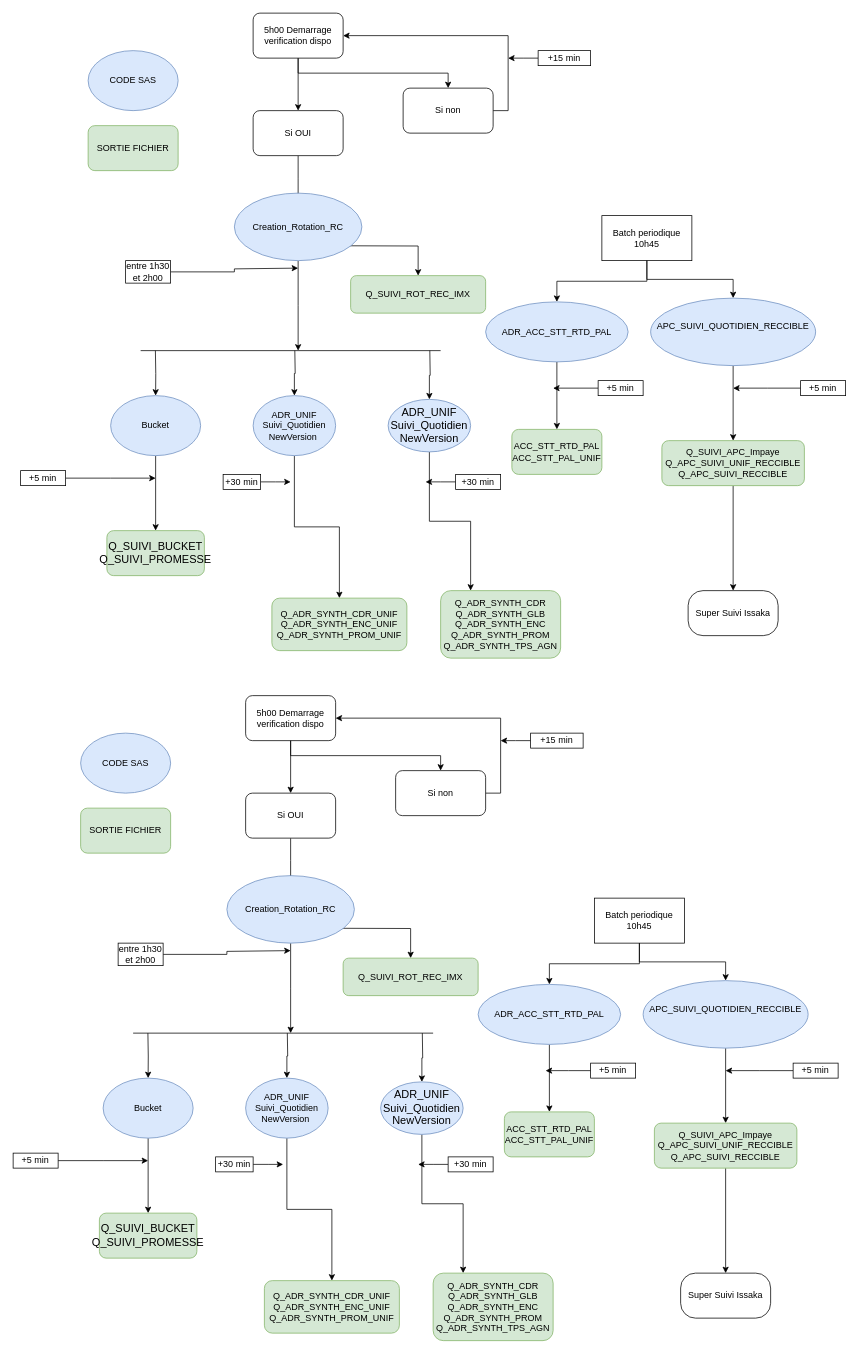
galawin59/Brief keeps this draw.io diagram as reccible.drawio. Above is the earlier version. Source tidied: cells renumbered, new cells numbered last; positions are measured from the earlier drawing's top-left corner, leaving out a move shared by most shapes. Both pictures are drawn from the tidied source at 75%, with x=0, y=0 at pixel (13, 13).
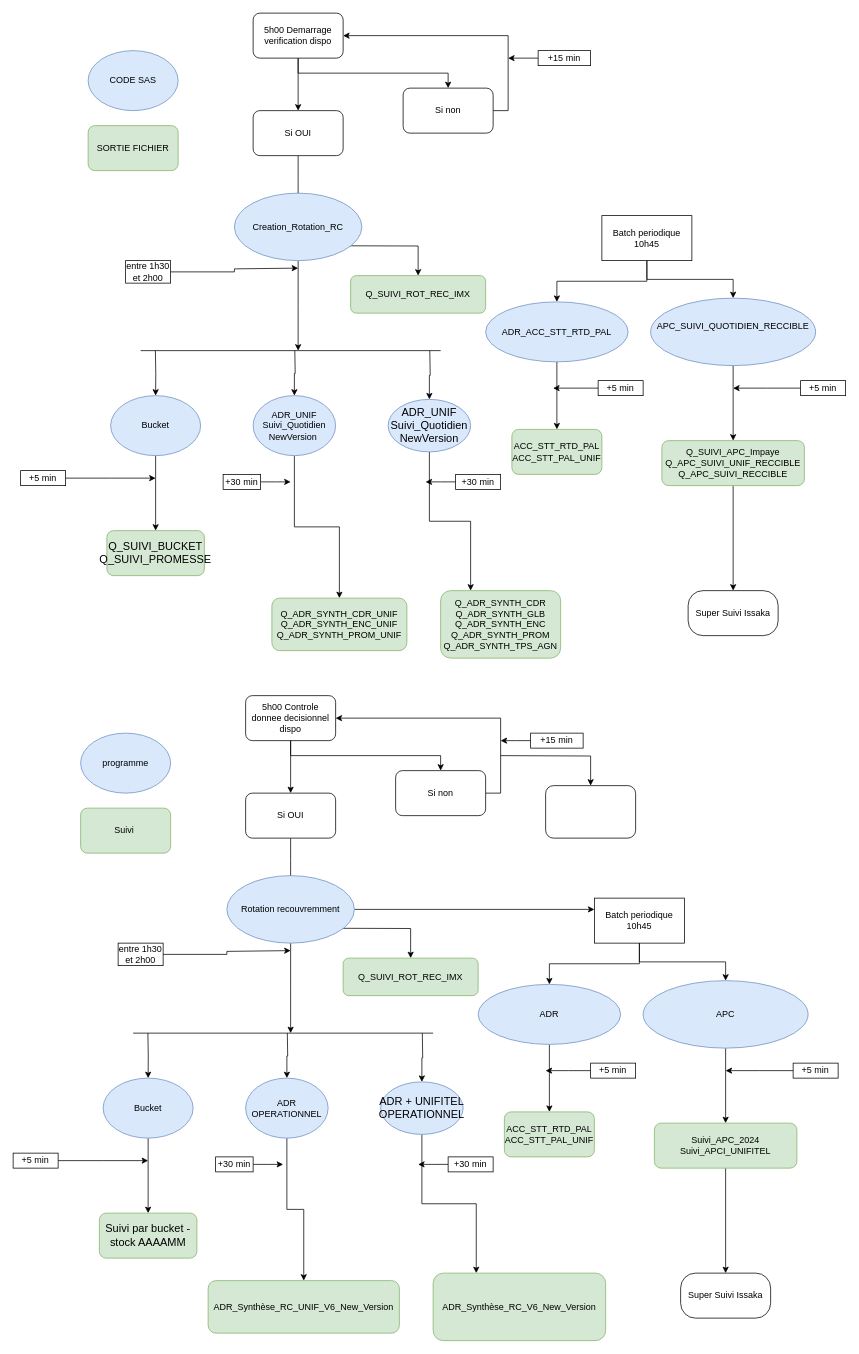
Above is the later version.

Commit message (it also covers changes not shown here):
Mettre à jour reccible.drawio

Unchanged cells that the change refers to:
```xml
<mxCell id="81" value="Batch periodique 10h45" style="rounded=0;whiteSpace=wrap;html=1;" parent="1" vertex="1">
  <mxGeometry x="775" y="1180" width="120" height="60" as="geometry" />
</mxCell>
```

What changed in the source:
```diff
@@
-    <mxCell id="54" value="5h00 Demarrage verification dispo" style="rounded=1;whiteSpace=wrap;html=1;" parent="1" vertex="1">
+    <mxCell id="54" value="5h00 Controle donnee decisionnel dispo" style="rounded=1;whiteSpace=wrap;html=1;" parent="1" vertex="1">
       <mxGeometry x="310" y="910" width="120" height="60" as="geometry" />
     </mxCell>
@@
+    <mxCell id="104" style="edgeStyle=orthogonalEdgeStyle;rounded=0;jettySize=auto;html=1;exitX=1;exitY=0.5;exitDx=0;exitDy=0;entryX=0;entryY=0.25;entryDx=0;entryDy=0;" parent="1" edge="1" source="72" target="81">
+      <mxGeometry relative="1" as="geometry" />
+    </mxCell>
-    <mxCell id="72" value="Creation_Rotation_RC" style="ellipse;whiteSpace=wrap;html=1;fillColor=#dae8fc;strokeColor=#6c8ebf;" parent="1" vertex="1">
+    <mxCell id="72" value="Rotation recouvremment" style="ellipse;whiteSpace=wrap;html=1;fillColor=#dae8fc;strokeColor=#6c8ebf;" parent="1" vertex="1">
       <mxGeometry x="285" y="1150" width="170" height="90" as="geometry" />
     </mxCell>
@@
-    <mxCell id="76" value="&lt;span style=&quot;font-size:11.0pt;font-family:&amp;quot;Calibri&amp;quot;,sans-serif;&lt;br/&gt;mso-ascii-theme-font:minor-latin;mso-fareast-font-family:Calibri;mso-fareast-theme-font:&lt;br/&gt;minor-latin;mso-hansi-theme-font:minor-latin;mso-bidi-font-family:&amp;quot;Times New Roman&amp;quot;;&lt;br/&gt;mso-bidi-theme-font:minor-bidi;mso-ansi-language:FR;mso-fareast-language:EN-US;&lt;br/&gt;mso-bidi-language:AR-SA&quot;&gt;Q_SUIVI_BUCKET&lt;br&gt;&lt;/span&gt;&lt;span style=&quot;font-size:11.0pt;font-family:&amp;quot;Calibri&amp;quot;,sans-serif;&lt;br/&gt;mso-ascii-theme-font:minor-latin;mso-fareast-font-family:Calibri;mso-fareast-theme-font:&lt;br/&gt;minor-latin;mso-hansi-theme-font:minor-latin;mso-bidi-font-family:&amp;quot;Times New Roman&amp;quot;;&lt;br/&gt;mso-bidi-theme-font:minor-bidi;mso-ansi-language:FR;mso-fareast-language:EN-US;&lt;br/&gt;mso-bidi-language:AR-SA&quot;&gt;Q_SUIVI_PROMESSE&lt;/span&gt;&lt;span style=&quot;font-size:11.0pt;font-family:&amp;quot;Calibri&amp;quot;,sans-serif;&lt;br/&gt;mso-ascii-theme-font:minor-latin;mso-fareast-font-family:Calibri;mso-fareast-theme-font:&lt;br/&gt;minor-latin;mso-hansi-theme-font:minor-latin;mso-bidi-font-family:&amp;quot;Times New Roman&amp;quot;;&lt;br/&gt;mso-bidi-theme-font:minor-bidi;mso-ansi-language:FR;mso-fareast-language:EN-US;&lt;br/&gt;mso-bidi-language:AR-SA&quot;&gt;&lt;br&gt;&lt;/span&gt;" style="rounded=1;whiteSpace=wrap;html=1;fillColor=#d5e8d4;strokeColor=#82b366;" parent="1" vertex="1">
+    <mxCell id="76" value="&lt;font face=&quot;Calibri, sans-serif&quot;&gt;&lt;span style=&quot;font-size: 14.6667px;&quot;&gt;Suivi par bucket - stock AAAAMM&lt;/span&gt;&lt;/font&gt;" style="rounded=1;whiteSpace=wrap;html=1;fillColor=#d5e8d4;strokeColor=#82b366;" parent="1" vertex="1">
       <mxGeometry x="115" y="1600" width="130" height="60" as="geometry" />
     </mxCell>
@@
-    <mxCell id="79" value="&lt;p class=&quot;MsoListParagraph&quot;&gt;ADR_UNIF Suivi_Quotidien&lt;br&gt;NewVersion&amp;nbsp;&lt;br&gt;&lt;/p&gt;" style="ellipse;whiteSpace=wrap;html=1;fillColor=#dae8fc;strokeColor=#6c8ebf;" parent="1" vertex="1">
+    <mxCell id="79" value="&lt;p class=&quot;MsoListParagraph&quot;&gt;ADR OPERATIONNEL&lt;/p&gt;" style="ellipse;whiteSpace=wrap;html=1;fillColor=#dae8fc;strokeColor=#6c8ebf;" parent="1" vertex="1">
       <mxGeometry x="310" y="1420" width="110" height="80" as="geometry" />
     </mxCell>
-    <mxCell id="80" value="Q_ADR_SYNTH_CDR_UNIF&lt;div&gt;Q_ADR_SYNTH_ENC_UNIF&lt;br&gt;&lt;/div&gt;&lt;div&gt;Q_ADR_SYNTH_PROM_UNIF&lt;br&gt;&lt;/div&gt;" style="rounded=1;whiteSpace=wrap;html=1;fillColor=#d5e8d4;strokeColor=#82b366;" parent="1" vertex="1">
-      <mxGeometry x="335" y="1690" width="180" height="70" as="geometry" />
+    <mxCell id="80" value="&lt;div&gt;ADR_Synthèse_RC_UNIF_V6_New_Version&lt;br&gt;&lt;/div&gt;" style="rounded=1;whiteSpace=wrap;html=1;fillColor=#d5e8d4;strokeColor=#82b366;" parent="1" vertex="1">
+      <mxGeometry x="260" y="1690" width="255" height="70" as="geometry" />
     </mxCell>
@@
-    <mxCell id="84" value="&lt;span style=&quot;text-wrap: nowrap;&quot;&gt;APC_SUIVI_QUOTIDIEN_RECCIBLE&lt;br&gt;&lt;br&gt;&lt;/span&gt;" style="ellipse;whiteSpace=wrap;html=1;fillColor=#dae8fc;strokeColor=#6c8ebf;" parent="1" vertex="1">
+    <mxCell id="84" value="&lt;span style=&quot;text-wrap: nowrap;&quot;&gt;APC&lt;/span&gt;" style="ellipse;whiteSpace=wrap;html=1;fillColor=#dae8fc;strokeColor=#6c8ebf;" parent="1" vertex="1">
       <mxGeometry x="840" y="1290" width="220" height="90" as="geometry" />
     </mxCell>
@@
-    <mxCell id="87" value="&lt;span style=&quot;text-wrap: nowrap;&quot;&gt;ADR_ACC_STT_RTD_PAL&lt;/span&gt;" style="ellipse;whiteSpace=wrap;html=1;fillColor=#dae8fc;strokeColor=#6c8ebf;" parent="1" vertex="1">
+    <mxCell id="87" value="&lt;span style=&quot;text-wrap: nowrap;&quot;&gt;ADR&lt;/span&gt;" style="ellipse;whiteSpace=wrap;html=1;fillColor=#dae8fc;strokeColor=#6c8ebf;" parent="1" vertex="1">
       <mxGeometry x="620" y="1295" width="190" height="80" as="geometry" />
     </mxCell>
@@
-    <mxCell id="90" value="Q_SUIVI_APC_Impaye&lt;br&gt;Q_APC_SUIVI_UNIF_RECCIBLE&lt;br&gt;Q_APC_SUIVI_RECCIBLE" style="rounded=1;whiteSpace=wrap;html=1;fillColor=#d5e8d4;strokeColor=#82b366;" parent="1" vertex="1">
+    <mxCell id="90" value="Suivi_APC_2024&lt;br&gt;Suivi_APCI_UNIFITEL" style="rounded=1;whiteSpace=wrap;html=1;fillColor=#d5e8d4;strokeColor=#82b366;" parent="1" vertex="1">
       <mxGeometry x="855" y="1480" width="190" height="60" as="geometry" />
     </mxCell>
@@
-    <mxCell id="97" value="&lt;span style=&quot;background-color: initial; font-family: Calibri, sans-serif; font-size: 11pt;&quot;&gt;ADR_UNIF&lt;br&gt;Suivi_Quotidien NewVersion&lt;/span&gt;" style="ellipse;whiteSpace=wrap;html=1;fillColor=#dae8fc;strokeColor=#6c8ebf;" parent="1" vertex="1">
+    <mxCell id="97" value="&lt;font face=&quot;Calibri, sans-serif&quot;&gt;&lt;span style=&quot;font-size: 14.6667px;&quot;&gt;ADR + UNIFITEL&lt;br&gt;OPERATIONNEL&lt;/span&gt;&lt;/font&gt;" style="ellipse;whiteSpace=wrap;html=1;fillColor=#dae8fc;strokeColor=#6c8ebf;" parent="1" vertex="1">
       <mxGeometry x="490" y="1425" width="110" height="70" as="geometry" />
     </mxCell>
-    <mxCell id="98" value="Q_ADR_SYNTH_CDR&lt;br&gt;Q_ADR_SYNTH_GLB&lt;br&gt;Q_ADR_SYNTH_ENC&lt;br&gt;Q_ADR_SYNTH_PROM&lt;br&gt;Q_ADR_SYNTH_TPS_AGN" style="rounded=1;whiteSpace=wrap;html=1;fillColor=#d5e8d4;strokeColor=#82b366;" parent="1" vertex="1">
-      <mxGeometry x="560" y="1680" width="160" height="90" as="geometry" />
+    <mxCell id="98" value="ADR_Synthèse_RC_V6_New_Version" style="rounded=1;whiteSpace=wrap;html=1;fillColor=#d5e8d4;strokeColor=#82b366;" parent="1" vertex="1">
+      <mxGeometry x="560" y="1680" width="230" height="90" as="geometry" />
     </mxCell>
-    <mxCell id="99" value="CODE SAS" style="ellipse;whiteSpace=wrap;html=1;fillColor=#dae8fc;strokeColor=#6c8ebf;" parent="1" vertex="1">
+    <mxCell id="99" value="programme" style="ellipse;whiteSpace=wrap;html=1;fillColor=#dae8fc;strokeColor=#6c8ebf;" parent="1" vertex="1">
       <mxGeometry x="90" y="960" width="120" height="80" as="geometry" />
     </mxCell>
-    <mxCell id="100" value="SORTIE FICHIER" style="rounded=1;whiteSpace=wrap;html=1;fillColor=#d5e8d4;strokeColor=#82b366;" parent="1" vertex="1">
+    <mxCell id="100" value="Suivi&amp;nbsp;" style="rounded=1;whiteSpace=wrap;html=1;fillColor=#d5e8d4;strokeColor=#82b366;" parent="1" vertex="1">
       <mxGeometry x="90" y="1060" width="120" height="60" as="geometry" />
     </mxCell>
@@
+    <mxCell id="105" style="edgeStyle=orthogonalEdgeStyle;rounded=0;jettySize=auto;html=1;" parent="1" edge="1" target="106">
+      <mxGeometry relative="1" as="geometry">
+        <mxPoint x="650" y="990" as="sourcePoint" />
+      </mxGeometry>
+    </mxCell>
+    <mxCell id="106" style="rounded=1;whiteSpace=wrap;html=1;" parent="1" vertex="1">
+      <mxGeometry x="710" y="1030" width="120" height="70" as="geometry" />
+    </mxCell>
```
